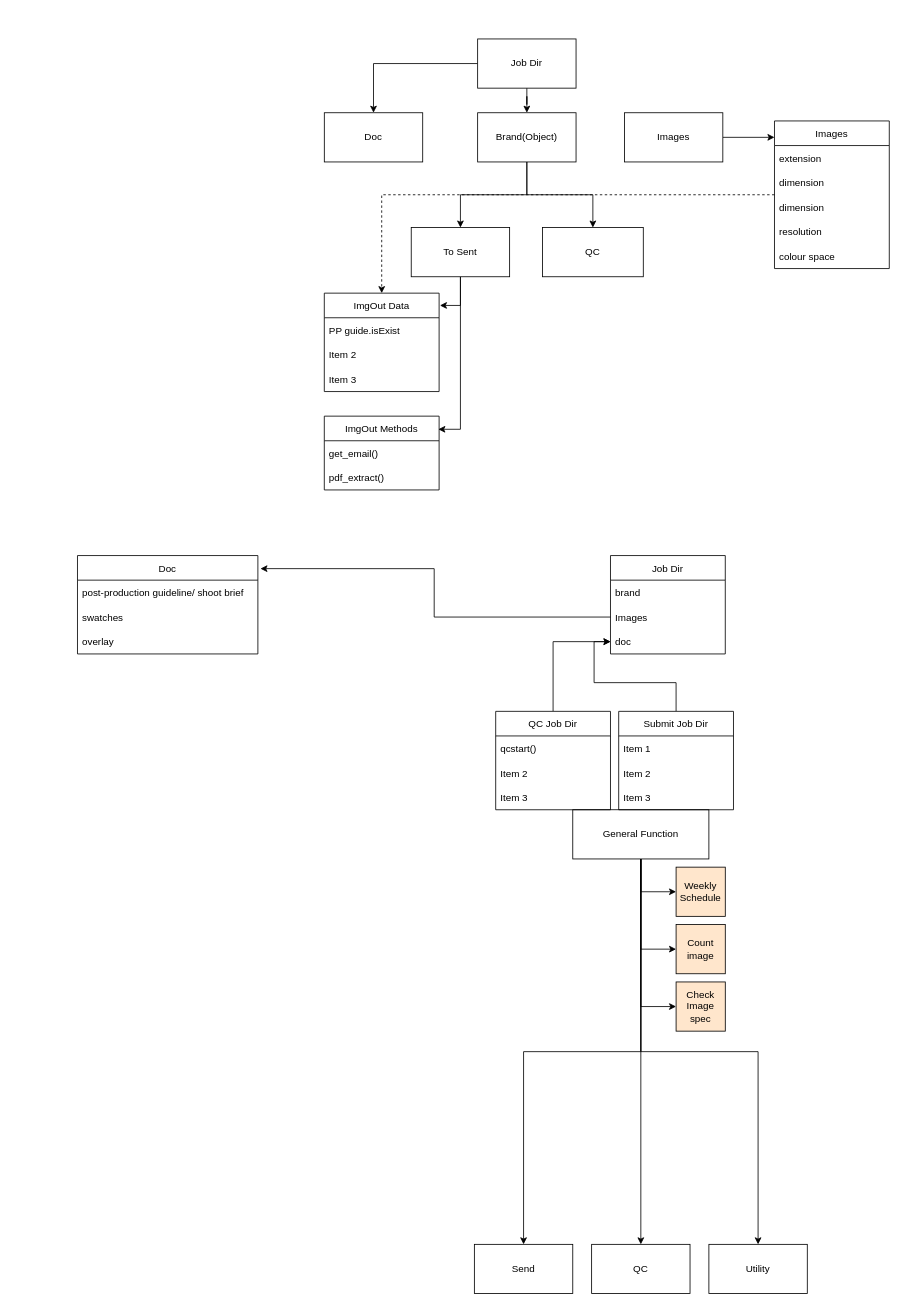
Earlier version of the draw.io diagram python/IHS Class Diagram.drawio (pugtooone/IHS). Source tidied: cells renumbered, new cells numbered last; positions are measured from the earlier drawing's top-left corner, leaving out a move shared by most shapes. Both pictures are drawn from the tidied source at 82%, with x=0, y=0 at pixel (77, 39).
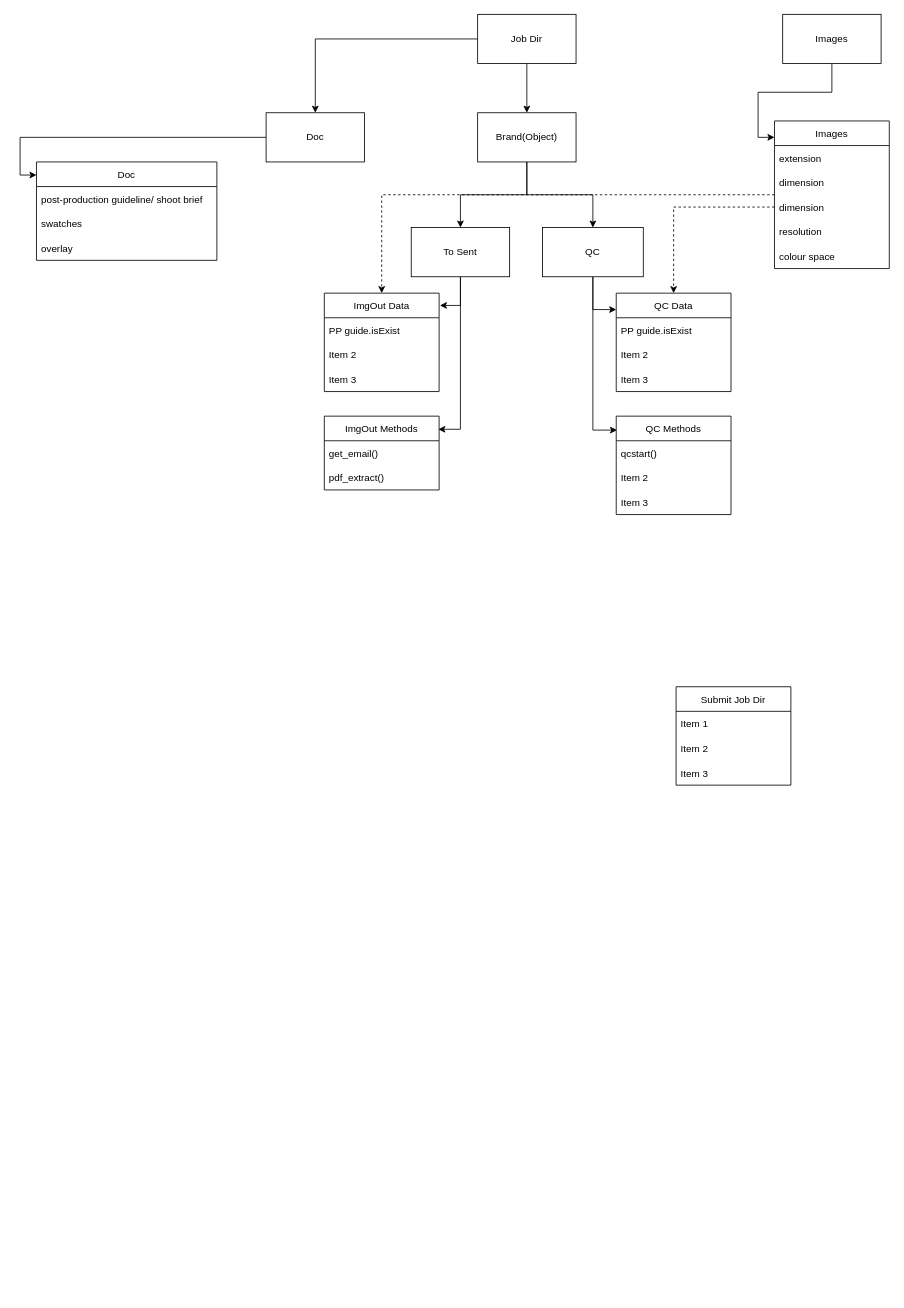
The same diagram, later.

Commit message:
Clear structure

Unchanged cells that the change refers to:
```xml
<mxCell id="20" value="dimension" style="text;strokeColor=none;fillColor=none;align=left;verticalAlign=middle;spacingLeft=4;spacingRight=4;overflow=hidden;points=[[0,0.5],[1,0.5]];portConstraint=eastwest;" parent="17" vertex="1">
  <mxGeometry y="90" width="140" height="30" as="geometry" />
</mxCell>
<mxCell id="57" value="QC" style="whiteSpace=wrap;html=1;rounded=0;" parent="1" vertex="1">
  <mxGeometry x="567" y="230" width="123" height="60" as="geometry" />
</mxCell>
```

What changed in the source:
```diff
@@
-    <mxCell id="2" style="edgeStyle=orthogonalEdgeStyle;rounded=0;jettySize=auto;html=1;exitX=0.5;exitY=1;exitDx=0;exitDy=0;entryX=0;entryY=0.5;entryDx=0;entryDy=0;" parent="1" edge="1" source="8" target="12">
-      <mxGeometry relative="1" as="geometry" />
-    </mxCell>
-    <mxCell id="3" style="edgeStyle=orthogonalEdgeStyle;rounded=0;jettySize=auto;html=1;entryX=0.5;entryY=0;entryDx=0;entryDy=0;" parent="1" edge="1" source="8" target="10">
-      <mxGeometry relative="1" as="geometry" />
-    </mxCell>
-    <mxCell id="4" style="edgeStyle=orthogonalEdgeStyle;rounded=0;jettySize=auto;html=1;entryX=0.5;entryY=0;entryDx=0;entryDy=0;exitX=0.5;exitY=1;exitDx=0;exitDy=0;" parent="1" edge="1" source="8" target="9">
-      <mxGeometry relative="1" as="geometry" />
-    </mxCell>
-    <mxCell id="5" style="edgeStyle=orthogonalEdgeStyle;rounded=0;jettySize=auto;html=1;entryX=0.5;entryY=0;entryDx=0;entryDy=0;exitX=0.5;exitY=1;exitDx=0;exitDy=0;" parent="1" edge="1" source="8" target="11">
-      <mxGeometry relative="1" as="geometry" />
-    </mxCell>
-    <mxCell id="6" style="edgeStyle=orthogonalEdgeStyle;rounded=0;jettySize=auto;html=1;entryX=0.5;entryY=1;entryDx=0;entryDy=0;" parent="1" edge="1" source="8" target="14">
-      <mxGeometry relative="1" as="geometry" />
-    </mxCell>
-    <mxCell id="7" style="edgeStyle=orthogonalEdgeStyle;rounded=0;jettySize=auto;html=1;entryX=0.5;entryY=1;entryDx=0;entryDy=0;" parent="1" edge="1" source="8" target="15">
-      <mxGeometry relative="1" as="geometry" />
-    </mxCell>
-    <mxCell id="8" value="General Function" style="rounded=0;whiteSpace=wrap;html=1;" parent="1" vertex="1">
-      <mxGeometry x="604" y="940" width="166" height="60" as="geometry" />
-    </mxCell>
-    <mxCell id="9" value="Send" style="whiteSpace=wrap;html=1;rounded=0;" parent="1" vertex="1">
-      <mxGeometry x="484" y="1470" width="120" height="60" as="geometry" />
-    </mxCell>
-    <mxCell id="10" value="QC" style="whiteSpace=wrap;html=1;rounded=0;" parent="1" vertex="1">
-      <mxGeometry x="627" y="1470" width="120" height="60" as="geometry" />
-    </mxCell>
-    <mxCell id="11" value="Utility" style="whiteSpace=wrap;html=1;rounded=0;" parent="1" vertex="1">
-      <mxGeometry x="770" y="1470" width="120" height="60" as="geometry" />
-    </mxCell>
-    <mxCell id="12" value="Weekly Schedule" style="whiteSpace=wrap;html=1;rounded=0;fillColor=#FFE6CC;" parent="1" vertex="1">
-      <mxGeometry x="730" y="1010" width="60" height="60" as="geometry" />
-    </mxCell>
-    <mxCell id="13" style="edgeStyle=none;rounded=0;orthogonalLoop=1;jettySize=auto;html=1;exitX=1;exitY=0.75;exitDx=0;exitDy=0;" parent="1" edge="1" source="12" target="12">
-      <mxGeometry relative="1" as="geometry" />
-    </mxCell>
-    <mxCell id="14" value="Count image" style="whiteSpace=wrap;html=1;rounded=0;fillColor=#FFE6CC;direction=south;" parent="1" vertex="1">
-      <mxGeometry x="730" y="1080" width="60" height="60" as="geometry" />
-    </mxCell>
-    <mxCell id="15" value="Check&lt;br&gt;Image spec" style="whiteSpace=wrap;html=1;rounded=0;fillColor=#FFE6CC;direction=south;" parent="1" vertex="1">
-      <mxGeometry x="730" y="1150" width="60" height="60" as="geometry" />
-    </mxCell>
@@
-    <mxCell id="23" value="Job Dir" style="swimlane;fontStyle=0;horizontal=1;startSize=30;" parent="1" vertex="1">
-      <mxGeometry x="650" y="630" width="140" height="120" as="geometry" />
-    </mxCell>
-    <mxCell id="24" value="brand" style="text;strokeColor=none;fillColor=none;align=left;verticalAlign=middle;spacingLeft=4;spacingRight=4;overflow=hidden;" parent="23" vertex="1">
-      <mxGeometry y="30" width="140" height="30" as="geometry" />
-    </mxCell>
-    <mxCell id="25" value="Images" style="text;strokeColor=none;fillColor=none;align=left;verticalAlign=middle;spacingLeft=4;spacingRight=4;overflow=hidden;points=[[0,0.5],[1,0.5]];portConstraint=eastwest;" parent="23" vertex="1">
-      <mxGeometry y="60" width="140" height="30" as="geometry" />
-    </mxCell>
-    <mxCell id="26" value="doc" style="text;strokeColor=none;fillColor=none;align=left;verticalAlign=middle;spacingLeft=4;spacingRight=4;overflow=hidden;points=[[0,0.5],[1,0.5]];portConstraint=eastwest;" parent="23" vertex="1">
-      <mxGeometry y="90" width="140" height="30" as="geometry" />
-    </mxCell>
@@
-    <mxCell id="30" style="edgeStyle=orthogonalEdgeStyle;rounded=0;jettySize=auto;html=1;" parent="1" edge="1" source="31" target="26">
-      <mxGeometry relative="1" as="geometry" />
-    </mxCell>
-    <mxCell id="31" value="QC Job Dir" style="swimlane;fontStyle=0;horizontal=1;startSize=30;" parent="1" vertex="1">
-      <mxGeometry x="510" y="820" width="140" height="120" as="geometry" />
+    <mxCell id="31" value="QC Methods" style="swimlane;fontStyle=0;horizontal=1;startSize=30;" parent="1" vertex="1">
+      <mxGeometry x="657" y="460" width="140" height="120" as="geometry" />
     </mxCell>
@@
-    <mxCell id="35" style="edgeStyle=orthogonalEdgeStyle;rounded=0;jettySize=auto;html=1;exitX=0.5;exitY=0;exitDx=0;exitDy=0;entryX=0;entryY=0.5;entryDx=0;entryDy=0;" parent="1" edge="1" source="36" target="26">
-      <mxGeometry relative="1" as="geometry" />
-    </mxCell>
     <mxCell id="36" value="Submit Job Dir" style="swimlane;fontStyle=0;horizontal=1;startSize=30;" parent="1" vertex="1">
-      <mxGeometry x="660" y="820" width="140" height="120" as="geometry" />
+      <mxGeometry x="730" y="790" width="140" height="120" as="geometry" />
     </mxCell>
@@
     <mxCell id="40" value="Doc" style="swimlane;fontStyle=0;horizontal=1;startSize=30;" parent="1" vertex="1">
-      <mxGeometry y="630" width="220" height="120" as="geometry" />
+      <mxGeometry x="-50" y="150" width="220" height="120" as="geometry" />
     </mxCell>
@@
-    <mxCell id="44" style="edgeStyle=orthogonalEdgeStyle;rounded=0;jettySize=auto;html=1;entryX=1.014;entryY=0.133;entryDx=0;entryDy=0;entryPerimeter=0;" parent="1" edge="1" source="25" target="40">
-      <mxGeometry relative="1" as="geometry" />
-    </mxCell>
@@
     <mxCell id="47" value="Job Dir" style="rounded=0;whiteSpace=wrap;html=1;" parent="1" vertex="1">
-      <mxGeometry x="488" width="120" height="60" as="geometry" />
+      <mxGeometry x="488" y="-30" width="120" height="60" as="geometry" />
     </mxCell>
@@
     <mxCell id="52" value="Images" style="whiteSpace=wrap;html=1;rounded=0;" parent="1" vertex="1">
-      <mxGeometry x="667" y="90" width="120" height="60" as="geometry" />
+      <mxGeometry x="860" y="-30" width="120" height="60" as="geometry" />
     </mxCell>
+    <mxCell id="62" style="edgeStyle=orthogonalEdgeStyle;rounded=0;jettySize=auto;html=1;entryX=0;entryY=0.133;entryDx=0;entryDy=0;entryPerimeter=0;" parent="1" edge="1" source="53" target="40">
+      <mxGeometry relative="1" as="geometry" />
+    </mxCell>
     <mxCell id="53" value="Doc" style="whiteSpace=wrap;html=1;rounded=0;" parent="1" vertex="1">
-      <mxGeometry x="301" y="90" width="120" height="60" as="geometry" />
+      <mxGeometry x="230" y="90" width="120" height="60" as="geometry" />
     </mxCell>
@@
+    <mxCell id="63" style="edgeStyle=orthogonalEdgeStyle;rounded=0;jettySize=auto;html=1;entryX=0.007;entryY=0.142;entryDx=0;entryDy=0;entryPerimeter=0;" parent="1" edge="1" source="57" target="31">
+      <mxGeometry relative="1" as="geometry" />
+    </mxCell>
+    <mxCell id="64" style="edgeStyle=orthogonalEdgeStyle;rounded=0;jettySize=auto;html=1;entryX=0;entryY=0.167;entryDx=0;entryDy=0;entryPerimeter=0;" parent="1" edge="1" source="57" target="65">
+      <mxGeometry relative="1" as="geometry" />
+    </mxCell>
@@
+    <mxCell id="65" value="QC Data" style="swimlane;fontStyle=0;horizontal=1;startSize=30;" parent="1" vertex="1">
+      <mxGeometry x="657" y="310" width="140" height="120" as="geometry" />
+    </mxCell>
+    <mxCell id="66" value="PP guide.isExist" style="text;strokeColor=none;fillColor=none;align=left;verticalAlign=middle;spacingLeft=4;spacingRight=4;overflow=hidden;" parent="65" vertex="1">
+      <mxGeometry y="30" width="140" height="30" as="geometry" />
+    </mxCell>
+    <mxCell id="67" value="Item 2" style="text;strokeColor=none;fillColor=none;align=left;verticalAlign=middle;spacingLeft=4;spacingRight=4;overflow=hidden;" parent="65" vertex="1">
+      <mxGeometry y="60" width="140" height="30" as="geometry" />
+    </mxCell>
+    <mxCell id="68" value="Item 3" style="text;strokeColor=none;fillColor=none;align=left;verticalAlign=middle;spacingLeft=4;spacingRight=4;overflow=hidden;" parent="65" vertex="1">
+      <mxGeometry y="90" width="140" height="30" as="geometry" />
+    </mxCell>
+    <mxCell id="69" style="edgeStyle=orthogonalEdgeStyle;rounded=0;jettySize=auto;html=1;entryX=0.5;entryY=0;entryDx=0;entryDy=0;dashed=1;" parent="1" edge="1" source="20" target="65">
+      <mxGeometry relative="1" as="geometry" />
+    </mxCell>
```
